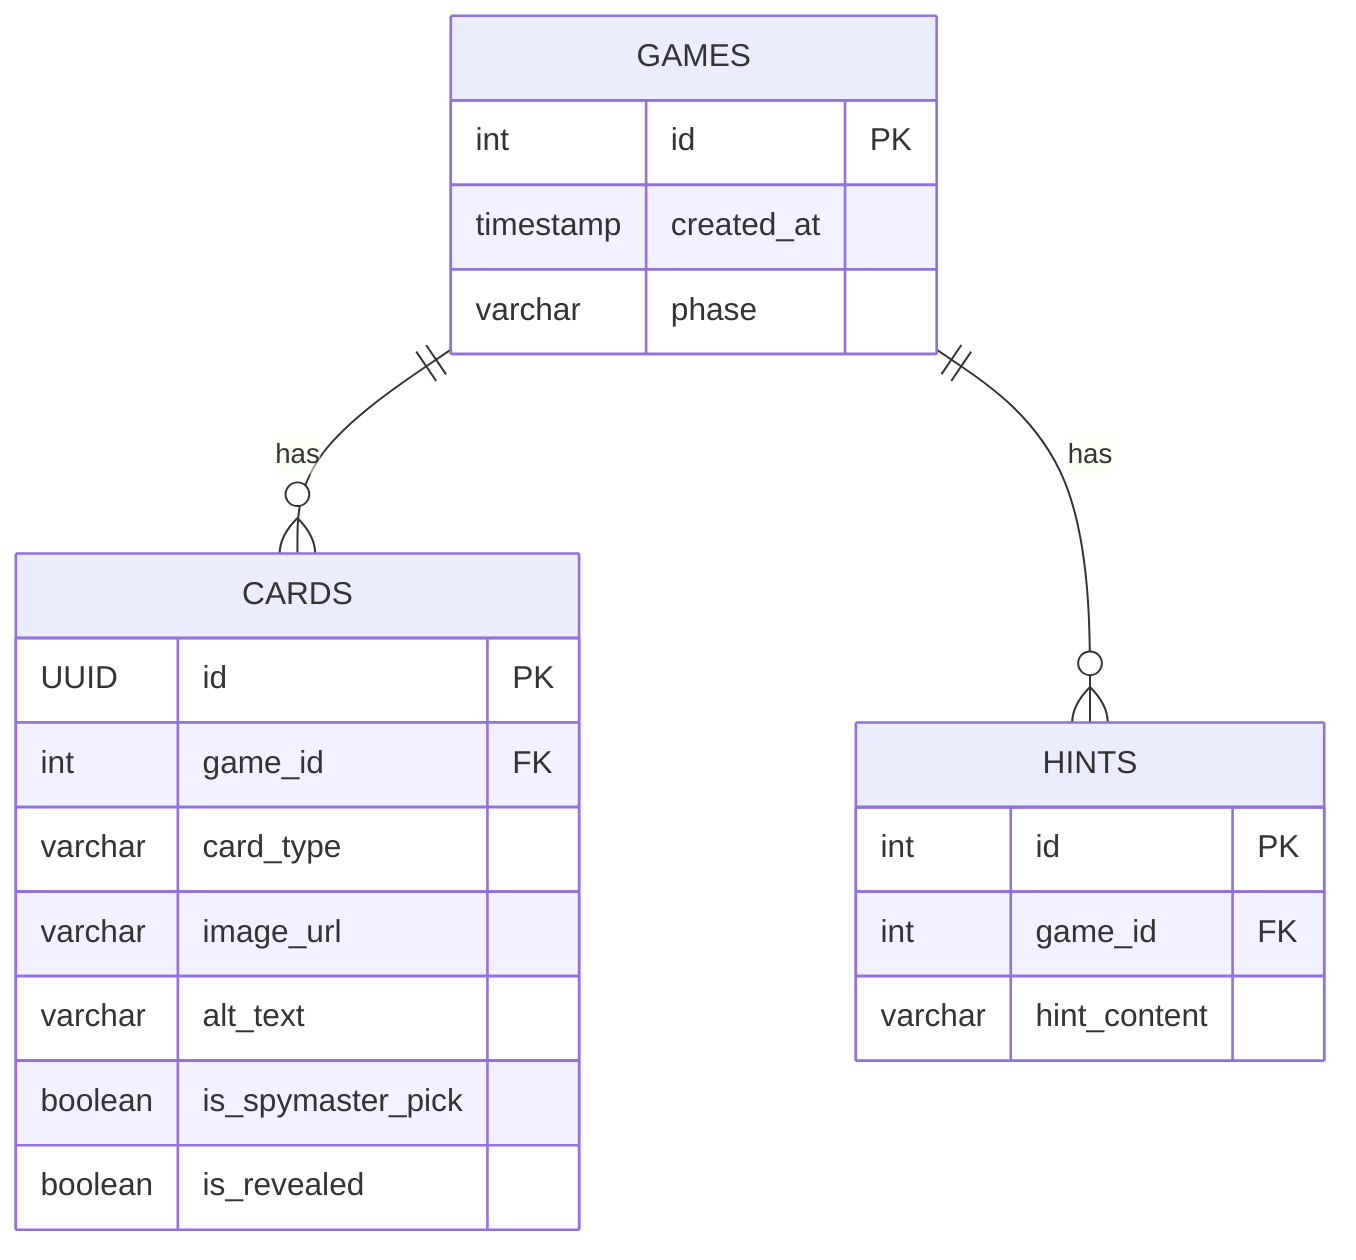
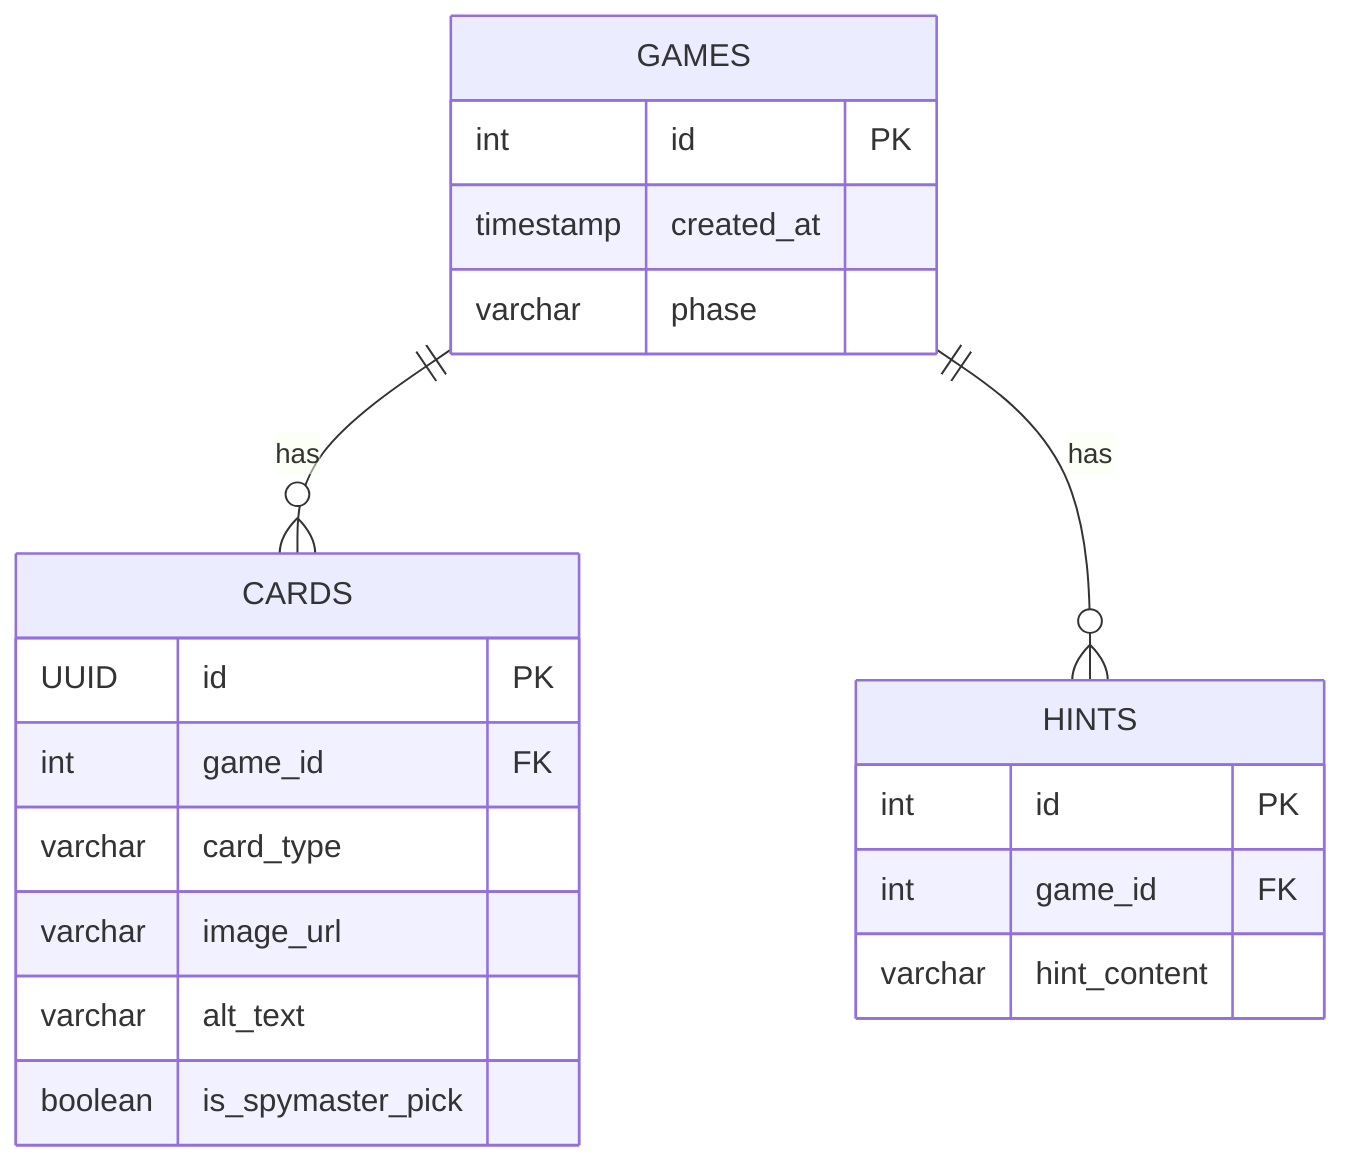
erDiagram
  GAMES ||--o{ CARDS : has
  GAMES ||--o{ HINTS : has

  GAMES {
    int id PK
    timestamp created_at
    varchar phase
  }

  CARDS {
    UUID id PK
    int game_id FK
    varchar card_type
    varchar image_url
    varchar alt_text
    boolean is_spymaster_pick
-     boolean is_revealed
  }

  HINTS {
    int id PK
    int game_id FK
    varchar hint_content
  }